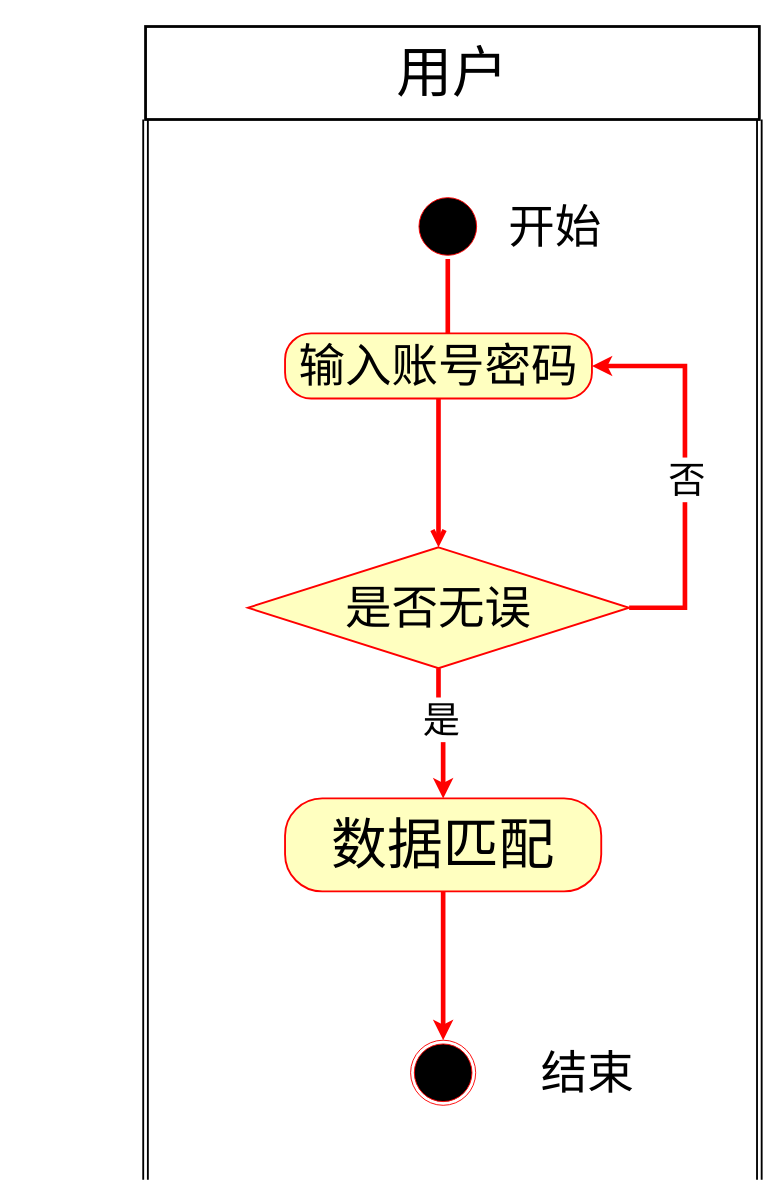
The draw.io diagram chart/登录活动图.drawio in YangGuiTong/QtQQ, before the edit. Source tidied: cells renumbered, new cells numbered last; positions are measured from the earlier drawing's top-left corner, leaving out a move shared by most shapes. Both pictures are drawn from the tidied source at 93%, with x=0, y=0 at pixel (145, 26).
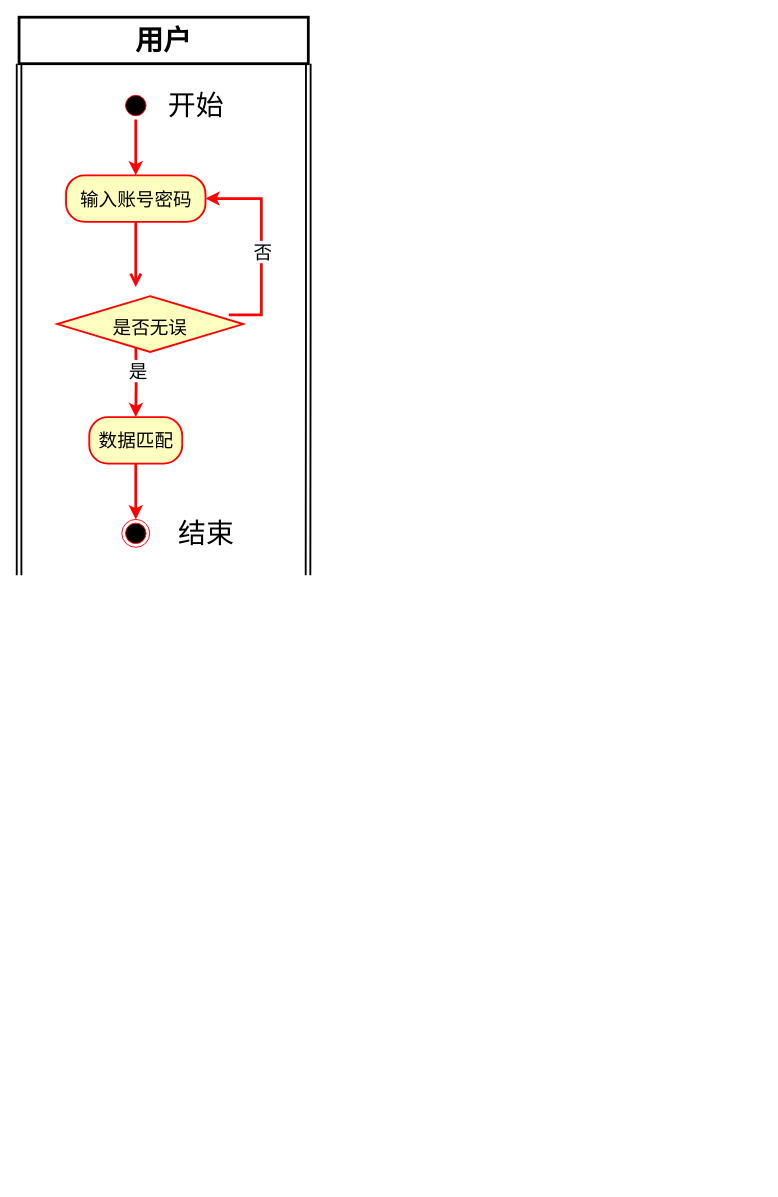
Above is the later version.

Commit message:
更新登录活动图.drawio

Diff of the diagram source:
```diff
@@
     <mxCell id="2" style="edgeStyle=orthogonalEdgeStyle;rounded=0;jettySize=auto;html=1;exitX=0;exitY=1;exitDx=0;exitDy=0;shape=link;strokeWidth=2;" parent="1" edge="1" source="4">
       <mxGeometry relative="1" as="geometry">
-        <mxPoint y="1240" as="targetPoint" />
+        <mxPoint x="-136" y="590" as="targetPoint" />
       </mxGeometry>
     </mxCell>
-    <mxCell id="3" style="edgeStyle=orthogonalEdgeStyle;rounded=0;jettySize=auto;html=1;exitX=1;exitY=1;exitDx=0;exitDy=0;shape=link;strokeWidth=2;" parent="1" edge="1" source="4">
-      <mxGeometry relative="1" as="geometry">
-        <mxPoint x="660" y="1240" as="targetPoint" />
-      </mxGeometry>
-    </mxCell>
+    <mxCell id="19" style="edgeStyle=orthogonalEdgeStyle;rounded=0;jettySize=auto;html=1;exitX=1;exitY=1;exitDx=0;exitDy=0;strokeWidth=2;shape=link;" parent="1" edge="1" source="4">
+      <mxGeometry relative="1" as="geometry">
+        <mxPoint x="174.7" y="590" as="targetPoint" />
+      </mxGeometry>
+    </mxCell>
-    <mxCell id="4" value="用户" style="html=1;whiteSpace=wrap;strokeWidth=3;fontSize=60;" parent="1" vertex="1">
-      <mxGeometry width="660" height="100" as="geometry" />
+    <mxCell id="4" value="用户" style="html=1;whiteSpace=wrap;strokeWidth=3;fontSize=30;fontStyle=1;" parent="1" vertex="1">
+      <mxGeometry x="-136" y="-10" width="311" height="50" as="geometry" />
     </mxCell>
+    <mxCell id="20" style="edgeStyle=orthogonalEdgeStyle;rounded=0;jettySize=auto;html=1;exitX=0.5;exitY=1;exitDx=0;exitDy=0;strokeColor=#FF0000;strokeWidth=3;" parent="1" edge="1" source="5" target="8">
+      <mxGeometry relative="1" as="geometry" />
+    </mxCell>
     <mxCell id="5" style="ellipse;html=1;shape=startState;fillColor=#000000;strokeColor=#ff0000;" parent="1" vertex="1">
-      <mxGeometry x="290" y="180" width="70" height="70" as="geometry" />
+      <mxGeometry x="-25.5" y="70" width="30" height="30" as="geometry" />
     </mxCell>
-    <mxCell id="6" style="edgeStyle=orthogonalEdgeStyle;html=1;verticalAlign=bottom;endArrow=open;endSize=8;strokeColor=#ff0000;rounded=0;strokeWidth=5;" parent="1" edge="1" source="5">
-      <mxGeometry relative="1" as="geometry">
-        <mxPoint x="325" y="400" as="targetPoint" />
-      </mxGeometry>
-    </mxCell>
-    <mxCell id="7" value="开始" style="text;html=1;align=center;verticalAlign=middle;strokeColor=none;fillColor=none;fontSize=50;" parent="1" vertex="1">
-      <mxGeometry x="380" y="180" width="120" height="70" as="geometry" />
+    <mxCell id="7" value="开始" style="text;html=1;align=center;verticalAlign=middle;strokeColor=none;fillColor=none;fontSize=30;" parent="1" vertex="1">
+      <mxGeometry x="13.5" y="60" width="80" height="50" as="geometry" />
     </mxCell>
-    <mxCell id="8" value="&lt;font style=&quot;font-size: 50px;&quot;&gt;输入账号密码&lt;/font&gt;" style="rounded=1;whiteSpace=wrap;html=1;arcSize=40;fontColor=#000000;fillColor=#ffffc0;strokeColor=#ff0000;strokeWidth=2;" parent="1" vertex="1">
-      <mxGeometry x="150" y="330" width="330" height="70" as="geometry" />
+    <mxCell id="8" value="&lt;font style=&quot;font-size: 20px;&quot;&gt;输入账号密码&lt;/font&gt;" style="rounded=1;whiteSpace=wrap;html=1;arcSize=40;fontColor=#000000;fillColor=#ffffc0;strokeColor=#ff0000;strokeWidth=2;" parent="1" vertex="1">
+      <mxGeometry x="-85.5" y="160" width="150" height="50" as="geometry" />
     </mxCell>
-    <mxCell id="9" style="edgeStyle=orthogonalEdgeStyle;html=1;verticalAlign=bottom;endArrow=open;endSize=8;strokeColor=#ff0000;rounded=0;strokeWidth=5;" parent="1" edge="1" source="8" target="14">
-      <mxGeometry relative="1" as="geometry" />
+    <mxCell id="9" style="edgeStyle=orthogonalEdgeStyle;html=1;verticalAlign=bottom;endArrow=open;endSize=8;strokeColor=#ff0000;rounded=0;strokeWidth=3;" parent="1" edge="1" source="8">
+      <mxGeometry relative="1" as="geometry">
+        <mxPoint x="-10.5" y="280" as="targetPoint" />
+      </mxGeometry>
     </mxCell>
-    <mxCell id="10" style="edgeStyle=orthogonalEdgeStyle;rounded=0;jettySize=auto;html=1;exitX=1;exitY=0.5;exitDx=0;exitDy=0;entryX=1;entryY=0.5;entryDx=0;entryDy=0;strokeWidth=5;strokeColor=#FF0000;fontSize=50;" parent="1" edge="1" source="14" target="8">
+    <mxCell id="10" style="edgeStyle=orthogonalEdgeStyle;rounded=0;jettySize=auto;html=1;exitX=1;exitY=0.5;exitDx=0;exitDy=0;entryX=1;entryY=0.5;entryDx=0;entryDy=0;strokeWidth=3;strokeColor=#FF0000;fontSize=50;" parent="1" edge="1" target="8">
       <mxGeometry relative="1" as="geometry">
+        <mxPoint x="89.5" y="310" as="sourcePoint" />
         <Array as="points">
-          <mxPoint x="580" y="625" />
-          <mxPoint x="580" y="365" />
+          <mxPoint x="124.5" y="310" />
+          <mxPoint x="124.5" y="185" />
         </Array>
       </mxGeometry>
     </mxCell>
-    <mxCell id="11" value="否" style="edgeLabel;html=1;align=center;verticalAlign=middle;fontSize=40;" parent="10" vertex="1">
+    <mxCell id="11" value="否" style="edgeLabel;html=1;align=center;verticalAlign=middle;fontSize=20;" parent="10" vertex="1">
       <mxGeometry x="-0.05" y="-1" relative="1" as="geometry">
         <mxPoint y="1" as="offset" />
       </mxGeometry>
     </mxCell>
-    <mxCell id="12" style="edgeStyle=orthogonalEdgeStyle;rounded=0;jettySize=auto;html=1;exitX=0.5;exitY=1;exitDx=0;exitDy=0;entryX=0.5;entryY=0;entryDx=0;entryDy=0;strokeWidth=5;strokeColor=#FF0000;" parent="1" edge="1" source="14" target="16">
-      <mxGeometry relative="1" as="geometry" />
+    <mxCell id="12" style="edgeStyle=orthogonalEdgeStyle;rounded=0;jettySize=auto;html=1;exitX=0.5;exitY=1;exitDx=0;exitDy=0;entryX=0.5;entryY=0;entryDx=0;entryDy=0;strokeWidth=3;strokeColor=#FF0000;" parent="1" edge="1" target="16">
+      <mxGeometry relative="1" as="geometry">
+        <mxPoint x="-10.5" y="340" as="sourcePoint" />
+      </mxGeometry>
     </mxCell>
-    <mxCell id="13" value="是" style="edgeLabel;html=1;align=center;verticalAlign=middle;fontSize=40;" parent="12" vertex="1">
+    <mxCell id="13" value="是" style="edgeLabel;html=1;align=center;verticalAlign=middle;fontSize=20;" parent="12" vertex="1">
       <mxGeometry x="-0.26" y="1" relative="1" as="geometry">
         <mxPoint x="1" as="offset" />
       </mxGeometry>
     </mxCell>
-    <mxCell id="14" value="是否无误" style="rhombus;whiteSpace=wrap;html=1;fontColor=#000000;fillColor=#ffffc0;strokeColor=#ff0000;fontSize=50;strokeWidth=2;" parent="1" vertex="1">
-      <mxGeometry x="110" y="560" width="410" height="130" as="geometry" />
+    <mxCell id="14" value="&lt;font style=&quot;font-size: 20px;&quot;&gt;是否无误&lt;/font&gt;" style="rhombus;whiteSpace=wrap;html=1;fontColor=#000000;fillColor=#ffffc0;strokeColor=#ff0000;fontSize=30;strokeWidth=2;" parent="1" vertex="1">
+      <mxGeometry x="-95" y="290" width="200" height="60" as="geometry" />
     </mxCell>
-    <mxCell id="15" style="edgeStyle=orthogonalEdgeStyle;rounded=0;jettySize=auto;html=1;exitX=0.5;exitY=1;exitDx=0;exitDy=0;entryX=0.5;entryY=0;entryDx=0;entryDy=0;strokeWidth=5;strokeColor=#FF0000;" parent="1" edge="1" source="16" target="17">
+    <mxCell id="15" style="edgeStyle=orthogonalEdgeStyle;rounded=0;jettySize=auto;html=1;exitX=0.5;exitY=1;exitDx=0;exitDy=0;entryX=0.5;entryY=0;entryDx=0;entryDy=0;strokeWidth=3;strokeColor=#FF0000;" parent="1" edge="1" source="16" target="17">
       <mxGeometry relative="1" as="geometry" />
     </mxCell>
-    <mxCell id="16" value="数据匹配" style="rounded=1;whiteSpace=wrap;html=1;arcSize=40;fontColor=#000000;fillColor=#ffffc0;strokeColor=#ff0000;fontSize=60;strokeWidth=2;" parent="1" vertex="1">
-      <mxGeometry x="150" y="830" width="340" height="100" as="geometry" />
+    <mxCell id="16" value="数据匹配" style="rounded=1;whiteSpace=wrap;html=1;arcSize=40;fontColor=#000000;fillColor=#ffffc0;strokeColor=#ff0000;fontSize=20;strokeWidth=2;" parent="1" vertex="1">
+      <mxGeometry x="-60.5" y="420" width="100" height="50" as="geometry" />
     </mxCell>
     <mxCell id="17" style="ellipse;html=1;shape=endState;fillColor=#000000;strokeColor=#ff0000;" parent="1" vertex="1">
-      <mxGeometry x="285" y="1090" width="70" height="70" as="geometry" />
+      <mxGeometry x="-25.5" y="530" width="30" height="30" as="geometry" />
     </mxCell>
-    <mxCell id="18" value="结束" style="text;html=1;align=center;verticalAlign=middle;strokeColor=none;fillColor=none;fontSize=50;" parent="1" vertex="1">
-      <mxGeometry x="415" y="1090" width="120" height="70" as="geometry" />
+    <mxCell id="18" value="结束" style="text;html=1;align=center;verticalAlign=middle;strokeColor=none;fillColor=none;fontSize=30;" parent="1" vertex="1">
+      <mxGeometry x="24.5" y="520" width="80" height="50" as="geometry" />
     </mxCell>
```
